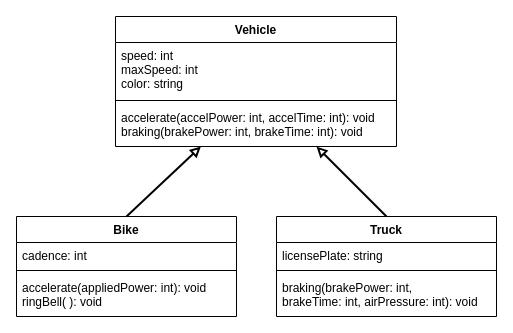
Above: drawio/classDiagram.drawio in Aidan-Lalonde-Novales/ics4u-assignment3-typescript (draw.io), before the change. Source tidied: cells renumbered, new cells numbered last; positions are measured from the earlier drawing's top-left corner, leaving out a move shared by most shapes. Both pictures are drawn from the tidied source at 100%, with x=0, y=0 at pixel (16, 16).
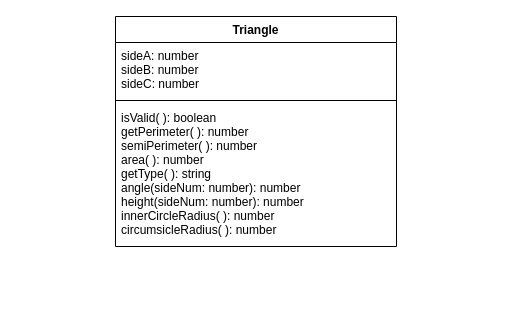
The same page after the edit.

Change to the diagram source:
```diff
@@
 <mxGraphModel>
   <root>
     <mxCell id="0" />
     <mxCell id="1" parent="0" />
-    <mxCell id="2" value="Vehicle" style="swimlane;fontStyle=1;align=center;verticalAlign=top;horizontal=1;startSize=26;" parent="1" vertex="1">
-      <mxGeometry x="99" width="281" height="130" as="geometry" />
+    <mxCell id="2" value="Triangle" style="swimlane;fontStyle=1;align=center;verticalAlign=top;horizontal=1;startSize=26;" parent="1" vertex="1">
+      <mxGeometry x="99" width="281" height="230" as="geometry" />
     </mxCell>
-    <mxCell id="3" value="speed: int&#10;maxSpeed: int&#10;color: string" style="text;strokeColor=none;fillColor=none;align=left;verticalAlign=top;spacingLeft=4;spacingRight=4;overflow=hidden;" parent="2" vertex="1">
+    <mxCell id="3" value="sideA: number&#10;sideB: number&#10;sideC: number" style="text;strokeColor=none;fillColor=none;align=left;verticalAlign=top;spacingLeft=4;spacingRight=4;overflow=hidden;" parent="2" vertex="1">
       <mxGeometry y="26" width="281" height="54" as="geometry" />
     </mxCell>
     <mxCell id="4" style="line;strokeWidth=1;fillColor=none;align=left;verticalAlign=middle;spacingTop=-1;spacingLeft=3;spacingRight=3;labelPosition=right;" parent="2" vertex="1">
       <mxGeometry y="80" width="281" height="8" as="geometry" />
     </mxCell>
-    <mxCell id="5" value="accelerate(accelPower: int, accelTime: int): void&#10;braking(brakePower: int, brakeTime: int): void" style="text;strokeColor=none;fillColor=none;align=left;verticalAlign=top;spacingLeft=4;spacingRight=4;overflow=hidden;points=[[0,0.5],[1,0.5]];portConstraint=eastwest;" parent="2" vertex="1">
-      <mxGeometry y="88" width="281" height="42" as="geometry" />
+    <mxCell id="5" value="isValid( ): boolean&#10;getPerimeter( ): number&#10;semiPerimeter( ): number&#10;area( ): number&#10;getType( ): string&#10;angle(sideNum: number): number&#10;height(sideNum: number): number&#10;innerCircleRadius( ): number&#10;circumsicleRadius( ): number" style="text;strokeColor=none;fillColor=none;align=left;verticalAlign=top;spacingLeft=4;spacingRight=4;overflow=hidden;points=[[0,0.5],[1,0.5]];portConstraint=eastwest;" parent="2" vertex="1">
+      <mxGeometry y="88" width="281" height="142" as="geometry" />
     </mxCell>
-    <mxCell id="6" value="Bike" style="swimlane;fontStyle=1;align=center;verticalAlign=top;horizontal=1;startSize=26;" parent="1" vertex="1">
-      <mxGeometry y="200" width="220" height="100" as="geometry" />
-    </mxCell>
-    <mxCell id="7" value="cadence: int" style="text;strokeColor=none;fillColor=none;align=left;verticalAlign=top;spacingLeft=4;spacingRight=4;overflow=hidden;" parent="6" vertex="1">
-      <mxGeometry y="26" width="220" height="24" as="geometry" />
-    </mxCell>
-    <mxCell id="8" style="line;strokeWidth=1;fillColor=none;align=left;verticalAlign=middle;spacingTop=-1;spacingLeft=3;spacingRight=3;labelPosition=right;" parent="6" vertex="1">
-      <mxGeometry y="50" width="220" height="8" as="geometry" />
-    </mxCell>
-    <mxCell id="9" value="accelerate(appliedPower: int): void&#10;ringBell( ): void" style="text;strokeColor=none;fillColor=none;align=left;verticalAlign=top;spacingLeft=4;spacingRight=4;overflow=hidden;" parent="6" vertex="1">
-      <mxGeometry y="58" width="220" height="42" as="geometry" />
-    </mxCell>
-    <mxCell id="10" value="Truck" style="swimlane;fontStyle=1;align=center;verticalAlign=top;horizontal=1;startSize=26;" parent="1" vertex="1">
-      <mxGeometry x="260" y="200" width="220" height="100" as="geometry" />
-    </mxCell>
-    <mxCell id="11" value="licensePlate: string" style="text;strokeColor=none;fillColor=none;align=left;verticalAlign=top;spacingLeft=4;spacingRight=4;overflow=hidden;" parent="10" vertex="1">
-      <mxGeometry y="26" width="220" height="24" as="geometry" />
-    </mxCell>
-    <mxCell id="12" style="line;strokeWidth=1;fillColor=none;align=left;verticalAlign=middle;spacingTop=-1;spacingLeft=3;spacingRight=3;labelPosition=right;" parent="10" vertex="1">
-      <mxGeometry y="50" width="220" height="8" as="geometry" />
-    </mxCell>
-    <mxCell id="13" value="braking(brakePower: int, &#10;brakeTime: int, airPressure: int): void" style="text;strokeColor=none;fillColor=none;align=left;verticalAlign=top;spacingLeft=4;spacingRight=4;overflow=hidden;" parent="10" vertex="1">
-      <mxGeometry y="58" width="220" height="42" as="geometry" />
-    </mxCell>
-    <mxCell id="14" style="edgeStyle=none;html=1;exitX=0.5;exitY=0;exitDx=0;exitDy=0;strokeWidth=2;endArrow=block;endFill=0;entryX=0.304;entryY=0.998;entryDx=0;entryDy=0;entryPerimeter=0;" parent="1" edge="1" source="6" target="5">
-      <mxGeometry relative="1" as="geometry" />
-    </mxCell>
-    <mxCell id="15" style="edgeStyle=none;html=1;exitX=0.5;exitY=0;exitDx=0;exitDy=0;strokeWidth=2;endArrow=block;endFill=0;" parent="1" edge="1" source="10">
-      <mxGeometry relative="1" as="geometry">
-        <mxPoint x="300" y="130" as="targetPoint" />
-      </mxGeometry>
-    </mxCell>
   </root>
 </mxGraphModel>
```
